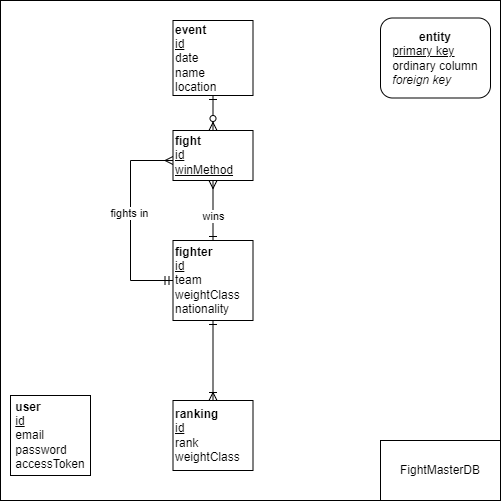
Earlier version of the draw.io export assets/ERDFightMaster.png (Jonatlop07/FightMaster). Source tidied: cells renumbered, new cells last; positions are measured from the earlier drawing's top-left corner, leaving out a move shared by most shapes.
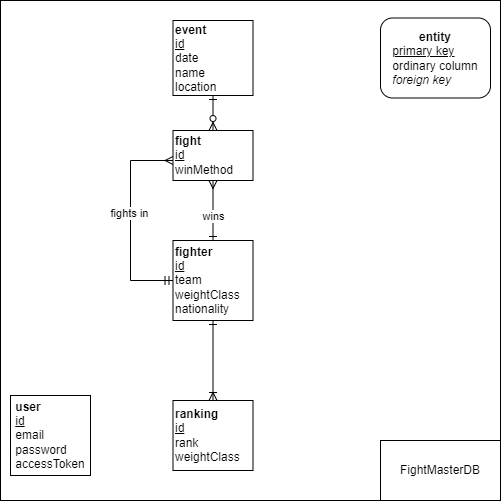
Later version of the same file.

Commit message:
Updated ERD Diagram

The edit, as a diff of the source:
```diff
@@ -41,7 +41,7 @@
     <mxCell id="10" value="&lt;b&gt;event&lt;/b&gt;&lt;br&gt;&lt;u&gt;id&lt;/u&gt;&lt;br&gt;date&lt;br&gt;name&lt;br&gt;location" style="whiteSpace=wrap;html=1;align=left;" parent="1" vertex="1">
       <mxGeometry x="172.5" y="20" width="80" height="75" as="geometry" />
     </mxCell>
-    <mxCell id="11" value="&lt;b&gt;fight&lt;/b&gt;&lt;br&gt;&lt;u&gt;id&lt;br&gt;winMethod&lt;br&gt;&lt;/u&gt;" style="whiteSpace=wrap;html=1;align=left;" parent="1" vertex="1">
+    <mxCell id="11" value="&lt;b&gt;fight&lt;/b&gt;&lt;br&gt;&lt;u&gt;id&lt;/u&gt;&lt;br&gt;winMethod" style="whiteSpace=wrap;html=1;align=left;" parent="1" vertex="1">
       <mxGeometry x="172.5" y="130" width="80" height="50" as="geometry" />
     </mxCell>
     <mxCell id="12" style="edgeStyle=orthogonalEdgeStyle;rounded=0;jettySize=auto;html=1;exitX=0.5;exitY=0;exitDx=0;exitDy=0;entryX=0.5;entryY=1;entryDx=0;entryDy=0;endArrow=ERone;endFill=0;startArrow=ERoneToMany;startFill=0;" parent="1" edge="1" source="13" target="8">
```
